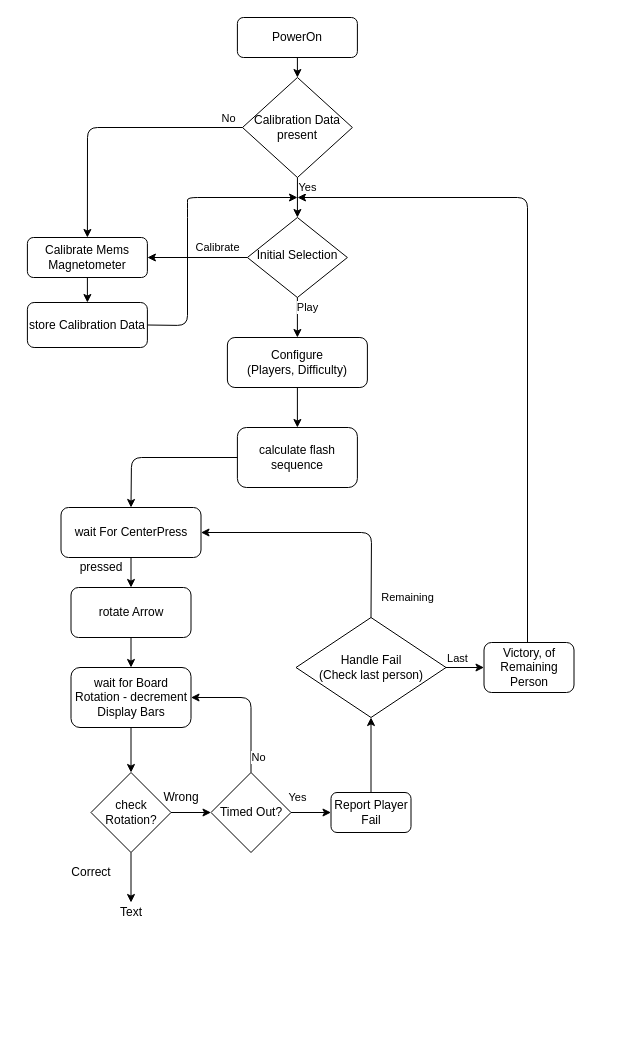
Before: doc/MiniGame.drawio in Kraego/STM32-Minigame, a draw.io diagram. Source tidied: cells renumbered, new cells numbered last; positions are measured from the earlier drawing's top-left corner, leaving out a move shared by most shapes. Both pictures are drawn from the tidied source at 100%, with x=0, y=0 at pixel (27, 17).
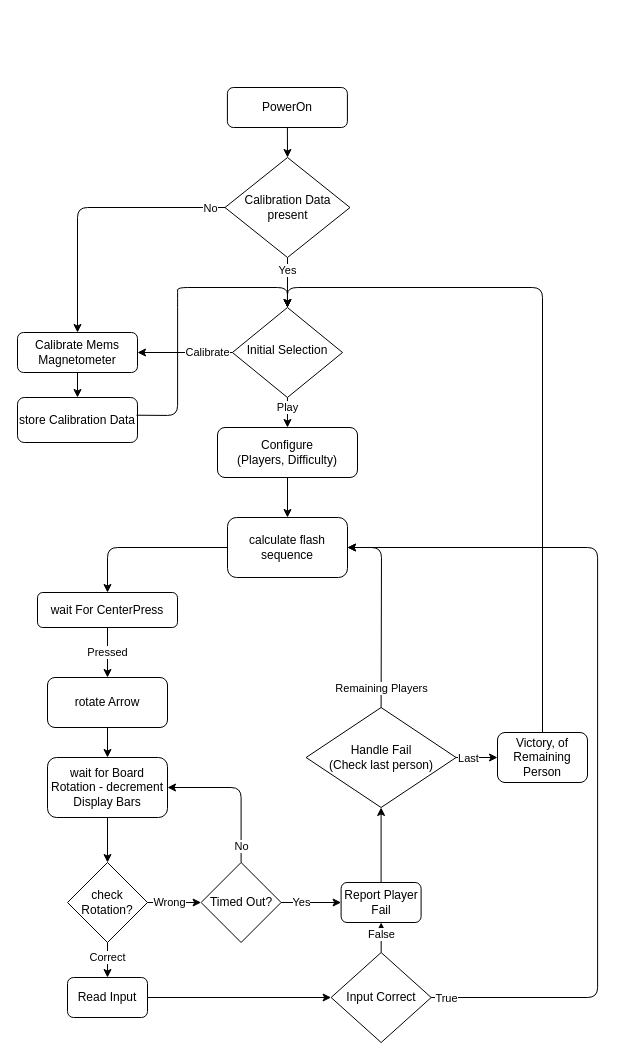
The same diagram, later.

The change refers to these unchanged cells:
```xml
<mxCell id="25" style="endArrow=classic;html=1;entryX=0;entryY=0.5;entryDx=0;entryDy=0;exitX=1;exitY=0.5;exitDx=0;exitDy=0;" parent="1" edge="1" source="21" target="22">
  <mxGeometry relative="1" as="geometry" />
</mxCell>
```

What changed in the source:
```diff
@@
     <mxCell id="2" value="PowerOn" style="rounded=1;whiteSpace=wrap;html=1;fontSize=12;glass=0;strokeWidth=1;shadow=0;" parent="1" vertex="1">
-      <mxGeometry x="209.9" width="120" height="40" as="geometry" />
+      <mxGeometry x="199.9" y="70" width="120" height="40" as="geometry" />
     </mxCell>
     <mxCell id="3" value="Calibrate" style="edgeStyle=orthogonalEdgeStyle;rounded=0;jettySize=auto;html=1;exitX=0;exitY=0.5;exitDx=0;exitDy=0;entryX=1;entryY=0.5;entryDx=0;entryDy=0;" parent="1" edge="1" source="4" target="5">
-      <mxGeometry x="-0.4" y="-10" relative="1" as="geometry" />
+      <mxGeometry x="-0.48" relative="1" as="geometry">
+        <Array as="points">
+          <mxPoint x="110.1" y="335" />
+        </Array>
+      </mxGeometry>
     </mxCell>
     <mxCell id="4" value="&lt;div&gt;Initial Selection&lt;/div&gt;" style="rhombus;whiteSpace=wrap;html=1;shadow=0;fontFamily=Helvetica;fontSize=12;align=center;strokeWidth=1;spacing=6;spacingTop=-4;" parent="1" vertex="1">
-      <mxGeometry x="219.9" y="200" width="100" height="80" as="geometry" />
+      <mxGeometry x="204.9" y="290" width="110.1" height="90" as="geometry" />
     </mxCell>
     <mxCell id="5" value="Calibrate Mems Magnetometer" style="rounded=1;whiteSpace=wrap;html=1;fontSize=12;glass=0;strokeWidth=1;shadow=0;" parent="1" vertex="1">
-      <mxGeometry x="-0.1" y="220" width="120" height="40" as="geometry" />
+      <mxGeometry x="-10" y="315" width="120" height="40" as="geometry" />
     </mxCell>
@@
     <mxCell id="7" value="&lt;div&gt;Configure&lt;/div&gt;&lt;div&gt;(Players, Difficulty)&lt;/div&gt;" style="rounded=1;whiteSpace=wrap;html=1;" parent="1" vertex="1">
-      <mxGeometry x="199.9" y="320" width="140" height="50" as="geometry" />
+      <mxGeometry x="190" y="410" width="140" height="50" as="geometry" />
     </mxCell>
     <mxCell id="8" value="Play" style="endArrow=classic;html=1;exitX=0.5;exitY=1;exitDx=0;exitDy=0;" parent="1" edge="1" source="4" target="7">
-      <mxGeometry x="-0.5" y="10" relative="1" as="geometry" />
+      <mxGeometry x="-0.33" relative="1" as="geometry" />
     </mxCell>
     <mxCell id="9" value="wait For CenterPress" style="rounded=1;whiteSpace=wrap;html=1;" parent="1" vertex="1">
-      <mxGeometry x="33.5" y="490" width="140" height="50" as="geometry" />
+      <mxGeometry x="10" y="575" width="140" height="35" as="geometry" />
     </mxCell>
     <mxCell id="10" value="rotate Arrow" style="rounded=1;whiteSpace=wrap;html=1;" parent="1" vertex="1">
-      <mxGeometry x="43.5" y="570" width="120" height="50" as="geometry" />
+      <mxGeometry x="20" y="660" width="120" height="50" as="geometry" />
     </mxCell>
-    <mxCell id="11" style="endArrow=classic;html=1;exitX=0.5;exitY=1;exitDx=0;exitDy=0;" parent="1" edge="1" source="9" target="10">
+    <mxCell id="11" value="Pressed" style="endArrow=classic;html=1;exitX=0.5;exitY=1;exitDx=0;exitDy=0;" parent="1" edge="1" source="9" target="10">
       <mxGeometry relative="1" as="geometry" />
     </mxCell>
-    <mxCell id="12" value="&lt;div&gt;pressed&lt;/div&gt;" style="text;html=1;strokeColor=none;fillColor=none;align=center;verticalAlign=middle;whiteSpace=wrap;rounded=0;" parent="1" vertex="1">
-      <mxGeometry x="53.5" y="540" width="40" height="20" as="geometry" />
-    </mxCell>
     <mxCell id="13" value="check Rotation?" style="rhombus;whiteSpace=wrap;html=1;" parent="1" vertex="1">
-      <mxGeometry x="63.5" y="755" width="80" height="80" as="geometry" />
+      <mxGeometry x="40" y="845" width="80" height="80" as="geometry" />
     </mxCell>
     <mxCell id="14" value="wait for Board Rotation - decrement Display Bars" style="rounded=1;whiteSpace=wrap;html=1;" parent="1" vertex="1">
-      <mxGeometry x="43.5" y="650" width="120" height="60" as="geometry" />
+      <mxGeometry x="20" y="740" width="120" height="60" as="geometry" />
     </mxCell>
@@
     <mxCell id="16" value="store Calibration Data" style="rounded=1;whiteSpace=wrap;html=1;" parent="1" vertex="1">
-      <mxGeometry x="-0.1" y="285" width="120" height="45" as="geometry" />
+      <mxGeometry x="-10" y="380" width="120" height="45" as="geometry" />
     </mxCell>
@@
     <mxCell id="19" value="Timed Out?" style="rhombus;whiteSpace=wrap;html=1;direction=south;" parent="1" vertex="1">
-      <mxGeometry x="183.5" y="755" width="80" height="80" as="geometry" />
+      <mxGeometry x="173.6" y="845" width="80" height="80" as="geometry" />
     </mxCell>
-    <mxCell id="20" value="Wrong" style="text;html=1;strokeColor=none;fillColor=none;align=center;verticalAlign=middle;whiteSpace=wrap;rounded=0;" parent="1" vertex="1">
-      <mxGeometry x="133.5" y="770" width="40" height="20" as="geometry" />
-    </mxCell>
     <mxCell id="21" value="&lt;div&gt;Handle Fail &lt;br&gt;&lt;/div&gt;&lt;div&gt;(Check last person)&lt;/div&gt;" style="rhombus;whiteSpace=wrap;html=1;" parent="1" vertex="1">
-      <mxGeometry x="268.5" y="600" width="150" height="100" as="geometry" />
+      <mxGeometry x="278.6" y="690" width="150" height="100" as="geometry" />
     </mxCell>
     <mxCell id="22" value="Victory, of Remaining Person" style="rounded=1;whiteSpace=wrap;html=1;" parent="1" vertex="1">
-      <mxGeometry x="456.5" y="625" width="90" height="50" as="geometry" />
+      <mxGeometry x="470" y="715" width="90" height="50" as="geometry" />
     </mxCell>
@@
     <mxCell id="24" value="Report Player Fail" style="rounded=1;whiteSpace=wrap;html=1;" parent="1" vertex="1">
-      <mxGeometry x="303.5" y="775" width="80" height="40" as="geometry" />
+      <mxGeometry x="313.6" y="865" width="80" height="40" as="geometry" />
     </mxCell>
@@
     <mxCell id="26" value="Last" style="edgeLabel;html=1;align=center;verticalAlign=middle;" parent="25" vertex="1">
       <mxGeometry x="-0.43" y="-1" relative="1" as="geometry">
-        <mxPoint y="-11" as="offset" />
+        <mxPoint y="-1" as="offset" />
       </mxGeometry>
     </mxCell>
-    <mxCell id="27" style="endArrow=classic;html=1;exitX=1;exitY=0.5;exitDx=0;exitDy=0;" parent="1" edge="1" source="13" target="19">
-      <mxGeometry relative="1" as="geometry" />
+    <mxCell id="27" value="Wrong" style="endArrow=classic;html=1;exitX=1;exitY=0.5;exitDx=0;exitDy=0;" parent="1" edge="1" source="13" target="19">
+      <mxGeometry x="-0.18" relative="1" as="geometry" />
     </mxCell>
     <mxCell id="28" value="Yes" style="endArrow=classic;html=1;exitX=0.5;exitY=0;exitDx=0;exitDy=0;entryX=0;entryY=0.5;entryDx=0;entryDy=0;" parent="1" edge="1" source="19" target="24">
-      <mxGeometry x="-0.68" y="15" relative="1" as="geometry" />
+      <mxGeometry x="-0.34" relative="1" as="geometry" />
     </mxCell>
     <mxCell id="29" value="No" style="endArrow=classic;html=1;entryX=1;entryY=0.5;entryDx=0;entryDy=0;exitX=0;exitY=0.5;exitDx=0;exitDy=0;" parent="1" edge="1" source="19" target="14">
-      <mxGeometry x="-0.78" y="-6" relative="1" as="geometry">
+      <mxGeometry x="-0.78" relative="1" as="geometry">
         <Array as="points">
-          <mxPoint x="223.5" y="680" />
+          <mxPoint x="213.6" y="770" />
         </Array>
-        <mxPoint x="1" as="offset" />
       </mxGeometry>
     </mxCell>
-    <mxCell id="30" style="endArrow=classic;html=1;" parent="1" edge="1">
+    <mxCell id="30" style="endArrow=classic;html=1;entryX=0.5;entryY=0;entryDx=0;entryDy=0;exitX=0.5;exitY=0;exitDx=0;exitDy=0;" parent="1" edge="1" source="22" target="4">
       <mxGeometry relative="1" as="geometry">
-        <mxPoint x="500" y="625" as="sourcePoint" />
-        <mxPoint x="270" y="180" as="targetPoint" />
         <Array as="points">
-          <mxPoint x="500" y="180" />
+          <mxPoint x="515" y="270" />
+          <mxPoint x="260" y="270" />
         </Array>
       </mxGeometry>
     </mxCell>
-    <mxCell id="31" style="endArrow=classic;html=1;exitX=0.5;exitY=1;exitDx=0;exitDy=0;" parent="1" edge="1" source="13" target="32">
-      <mxGeometry relative="1" as="geometry" />
+    <mxCell id="31" value="Correct" style="endArrow=classic;html=1;exitX=0.5;exitY=1;exitDx=0;exitDy=0;entryX=0.5;entryY=0;entryDx=0;entryDy=0;" parent="1" edge="1" source="13" target="43">
+      <mxGeometry x="-0.14" relative="1" as="geometry" />
     </mxCell>
-    <mxCell id="32" value="Text" style="text;html=1;strokeColor=none;fillColor=none;align=center;verticalAlign=middle;whiteSpace=wrap;rounded=0;" parent="1" vertex="1">
-      <mxGeometry x="83.5" y="885" width="40" height="20" as="geometry" />
-    </mxCell>
-    <mxCell id="33" value="Correct" style="text;html=1;strokeColor=none;fillColor=none;align=center;verticalAlign=middle;whiteSpace=wrap;rounded=0;" parent="1" vertex="1">
-      <mxGeometry x="43.5" y="845" width="40" height="20" as="geometry" />
-    </mxCell>
     <mxCell id="34" value="calculate flash sequence" style="rounded=1;whiteSpace=wrap;html=1;" parent="1" vertex="1">
-      <mxGeometry x="209.9" y="410" width="120" height="60" as="geometry" />
+      <mxGeometry x="200" y="500" width="120" height="60" as="geometry" />
     </mxCell>
     <mxCell id="35" style="endArrow=classic;html=1;exitX=0;exitY=0.5;exitDx=0;exitDy=0;entryX=0.5;entryY=0;entryDx=0;entryDy=0;" parent="1" edge="1" source="34" target="9">
       <mxGeometry relative="1" as="geometry">
         <Array as="points">
-          <mxPoint x="104" y="440" />
+          <mxPoint x="80" y="530" />
         </Array>
       </mxGeometry>
     </mxCell>
     <mxCell id="36" value="&lt;font style=&quot;font-size: 12px&quot;&gt;Calibration Data present&lt;/font&gt;" style="rhombus;html=1;spacing=2;whiteSpace=wrap;" parent="1" vertex="1">
-      <mxGeometry x="215" y="60" width="109.9" height="100" as="geometry" />
+      <mxGeometry x="197.5" y="140" width="125" height="100" as="geometry" />
     </mxCell>
-    <mxCell id="37" style="endArrow=classic;html=1;exitX=0.5;exitY=1;exitDx=0;exitDy=0;" parent="1" edge="1" source="2" target="36">
+    <mxCell id="37" style="endArrow=classic;html=1;entryX=0.5;entryY=0;entryDx=0;entryDy=0;exitX=0.5;exitY=1;exitDx=0;exitDy=0;" parent="1" edge="1" source="2" target="36">
       <mxGeometry relative="1" as="geometry" />
     </mxCell>
     <mxCell id="38" value="Yes" style="endArrow=classic;html=1;exitX=0.5;exitY=1;exitDx=0;exitDy=0;" parent="1" edge="1" source="36" target="4">
-      <mxGeometry x="-0.5" y="10" relative="1" as="geometry" />
+      <mxGeometry x="-0.5" relative="1" as="geometry" />
     </mxCell>
     <mxCell id="39" style="endArrow=classic;html=1;entryX=0.5;entryY=0;entryDx=0;entryDy=0;exitX=0;exitY=0.5;exitDx=0;exitDy=0;" parent="1" edge="1" source="36" target="5">
       <mxGeometry relative="1" as="geometry">
         <Array as="points">
-          <mxPoint x="60" y="110" />
+          <mxPoint x="50" y="190" />
         </Array>
       </mxGeometry>
     </mxCell>
     <mxCell id="40" value="&lt;div&gt;No&lt;/div&gt;" style="edgeLabel;html=1;align=center;verticalAlign=middle;" parent="39" vertex="1">
       <mxGeometry x="-0.88" y="-2" relative="1" as="geometry">
-        <mxPoint x="1" y="-8" as="offset" />
+        <mxPoint x="1" y="2" as="offset" />
       </mxGeometry>
     </mxCell>
-    <mxCell id="41" style="endArrow=classic;html=1;exitX=1;exitY=0.5;exitDx=0;exitDy=0;" parent="1" edge="1" source="16">
+    <mxCell id="41" style="endArrow=classic;html=1;exitX=0.992;exitY=0.394;exitDx=0;exitDy=0;exitPerimeter=0;entryX=0.5;entryY=0;entryDx=0;entryDy=0;" parent="1" edge="1" source="16" target="4">
       <mxGeometry relative="1" as="geometry">
-        <mxPoint x="270" y="180" as="targetPoint" />
         <Array as="points">
-          <mxPoint x="160" y="308" />
-          <mxPoint x="160" y="190" />
-          <mxPoint x="160" y="180" />
+          <mxPoint x="150.1" y="398" />
+          <mxPoint x="150.1" y="280" />
+          <mxPoint x="150.1" y="270" />
+          <mxPoint x="260" y="270" />
         </Array>
       </mxGeometry>
     </mxCell>
-    <mxCell id="42" value="Remaining" style="endArrow=classic;html=1;exitX=0.5;exitY=0;exitDx=0;exitDy=0;entryX=1;entryY=0.5;entryDx=0;entryDy=0;" parent="1" edge="1" source="21" target="9">
-      <mxGeometry x="-0.84" y="-36" relative="1" as="geometry">
-        <Array as="points">
-          <mxPoint x="344" y="515" />
-        </Array>
-      </mxGeometry>
-    </mxCell>
+    <mxCell id="43" value="Read Input" style="rounded=1;whiteSpace=wrap;html=1;" parent="1" vertex="1">
+      <mxGeometry x="40" y="960" width="80" height="40" as="geometry" />
+    </mxCell>
+    <mxCell id="44" value="False" style="edgeStyle=orthogonalEdgeStyle;rounded=0;jettySize=auto;html=1;exitX=0.5;exitY=0;exitDx=0;exitDy=0;" parent="1" edge="1" source="45" target="24">
+      <mxGeometry x="0.2" relative="1" as="geometry" />
+    </mxCell>
+    <mxCell id="45" value="Input Correct" style="rhombus;whiteSpace=wrap;html=1;" parent="1" vertex="1">
+      <mxGeometry x="303.6" y="935" width="100.1" height="90" as="geometry" />
+    </mxCell>
+    <mxCell id="46" style="endArrow=classic;html=1;exitX=1;exitY=0.5;exitDx=0;exitDy=0;entryX=0;entryY=0.5;entryDx=0;entryDy=0;" parent="1" edge="1" source="43" target="45">
+      <mxGeometry relative="1" as="geometry" />
+    </mxCell>
+    <mxCell id="47" style="endArrow=classic;html=1;exitX=1;exitY=0.5;exitDx=0;exitDy=0;entryX=1;entryY=0.5;entryDx=0;entryDy=0;" parent="1" edge="1" source="45" target="34">
+      <mxGeometry relative="1" as="geometry">
+        <Array as="points">
+          <mxPoint x="570.1" y="980" />
+          <mxPoint x="570.1" y="530" />
+        </Array>
+      </mxGeometry>
+    </mxCell>
+    <mxCell id="48" value="True" style="edgeLabel;html=1;align=center;verticalAlign=middle;" parent="47" vertex="1">
+      <mxGeometry x="-0.95" y="-1" relative="1" as="geometry">
+        <mxPoint x="-7" y="-1" as="offset" />
+      </mxGeometry>
+    </mxCell>
+    <mxCell id="49" style="endArrow=classic;html=1;exitX=0.5;exitY=0;exitDx=0;exitDy=0;entryX=1;entryY=0.5;entryDx=0;entryDy=0;" parent="1" edge="1" source="21" target="34">
+      <mxGeometry relative="1" as="geometry">
+        <Array as="points">
+          <mxPoint x="354" y="530" />
+        </Array>
+      </mxGeometry>
+    </mxCell>
+    <mxCell id="50" value="Remaining Players" style="edgeLabel;html=1;align=center;verticalAlign=middle;" parent="49" vertex="1">
+      <mxGeometry x="-0.79" y="-2" relative="1" as="geometry">
+        <mxPoint x="-2" as="offset" />
+      </mxGeometry>
+    </mxCell>
```
